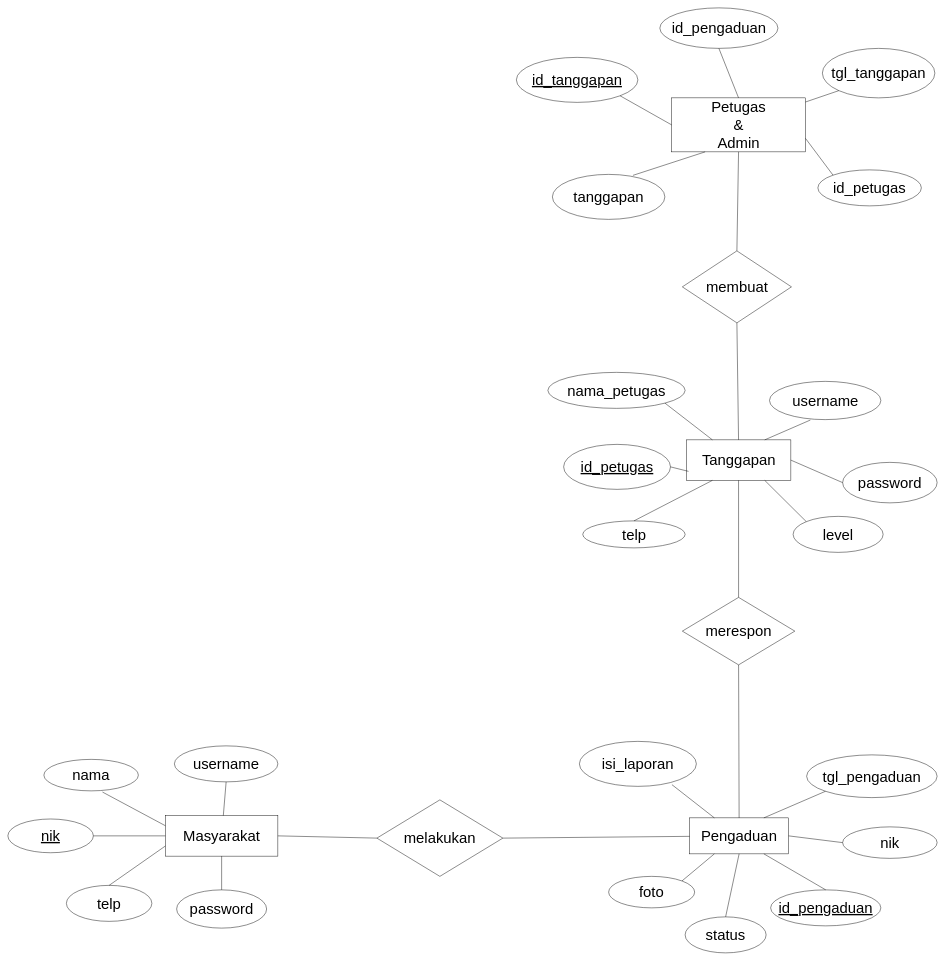
Above: page "ERD" (1 of 2) of additionals/erd-flowchart-pengaduan-masyarakat.drawio in 2Kikyy/RizkyPengaduanMasyarakat (draw.io), before the change. Source tidied: cells renumbered, new cells numbered last; positions are measured from the earlier drawing's top-left corner, leaving out a move shared by most shapes. Both pictures are drawn from the tidied source at 45%, with x=0, y=0 at pixel (8, 8).
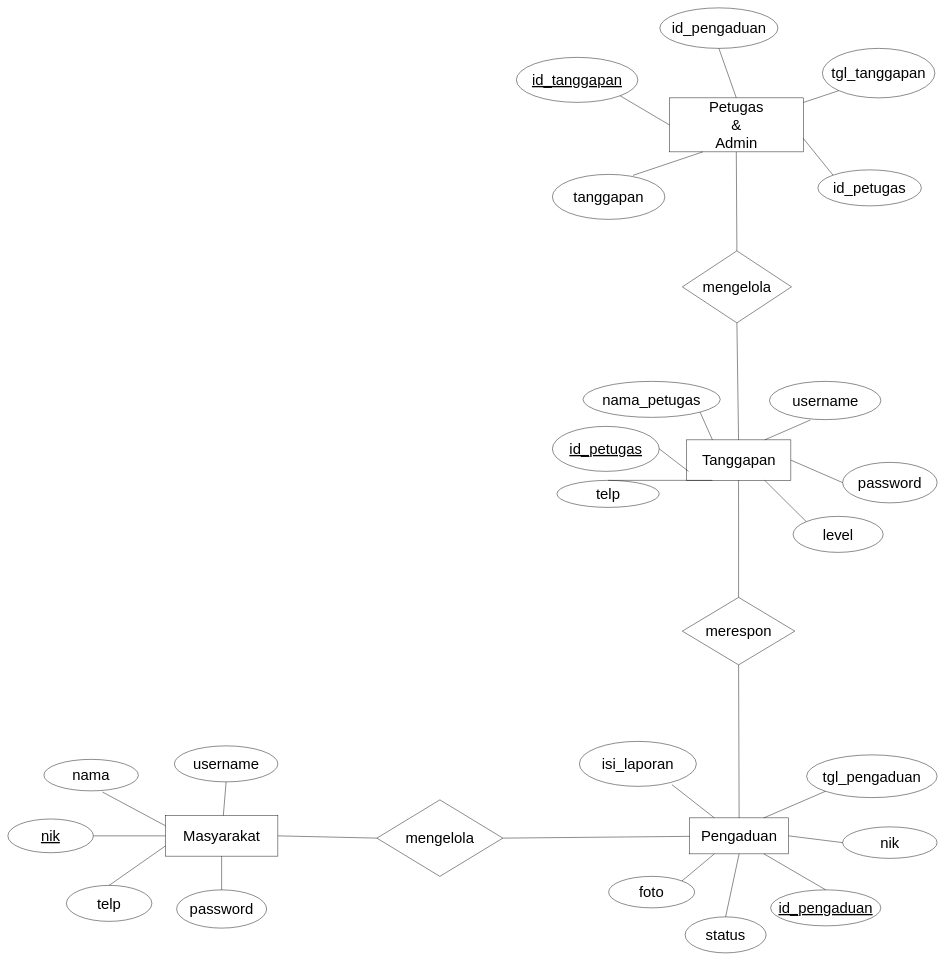
After the change.

The edit, as a diff of the source:
```diff
@@
     <mxCell id="5" value="Petugas&lt;br style=&quot;font-size: 33px;&quot;&gt;&amp;amp;&lt;br style=&quot;font-size: 33px;&quot;&gt;Admin" style="rounded=0;whiteSpace=wrap;html=1;fontSize=33;" parent="1" vertex="1">
-      <mxGeometry x="1475" y="200" width="297.5" height="120" as="geometry" />
+      <mxGeometry x="1470" y="200" width="297.5" height="120" as="geometry" />
     </mxCell>
@@
     <mxCell id="17" value="&lt;u style=&quot;font-size: 33px;&quot;&gt;id_petugas&lt;/u&gt;" style="ellipse;whiteSpace=wrap;html=1;fontSize=33;" parent="1" vertex="1">
-      <mxGeometry x="1235" y="970" width="237.5" height="100" as="geometry" />
+      <mxGeometry x="1210" y="930" width="237.5" height="100" as="geometry" />
     </mxCell>
     <mxCell id="18" value="nama_petugas" style="ellipse;whiteSpace=wrap;html=1;fontSize=33;" parent="1" vertex="1">
-      <mxGeometry x="1200" y="810" width="305" height="80" as="geometry" />
+      <mxGeometry x="1278.1" y="830" width="305" height="80" as="geometry" />
     </mxCell>
@@
     <mxCell id="20" value="telp" style="ellipse;whiteSpace=wrap;html=1;fontSize=33;" parent="1" vertex="1">
-      <mxGeometry x="1277.5" y="1140" width="227.5" height="60" as="geometry" />
+      <mxGeometry x="1220" y="1050" width="227.5" height="60" as="geometry" />
     </mxCell>
@@
-    <mxCell id="28" value="melakukan" style="rhombus;whiteSpace=wrap;html=1;fontSize=33;" parent="1" vertex="1">
+    <mxCell id="28" value="mengelola" style="rhombus;whiteSpace=wrap;html=1;fontSize=33;" parent="1" vertex="1">
       <mxGeometry x="820" y="1760" width="280" height="170" as="geometry" />
     </mxCell>
@@
-    <mxCell id="31" value="membuat" style="rhombus;whiteSpace=wrap;html=1;fontSize=33;" parent="1" vertex="1">
+    <mxCell id="31" value="mengelola" style="rhombus;whiteSpace=wrap;html=1;fontSize=33;" parent="1" vertex="1">
       <mxGeometry x="1498.8" y="540" width="242.5" height="160" as="geometry" />
     </mxCell>
```
